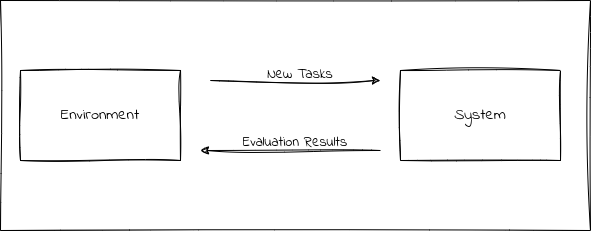
Above: assets/images/coevolution.png in mb-14/mb-14.github.io (draw.io), before the change. Source tidied: cells renumbered, new cells last; positions are measured from the earlier drawing's top-left corner, leaving out a move shared by most shapes.
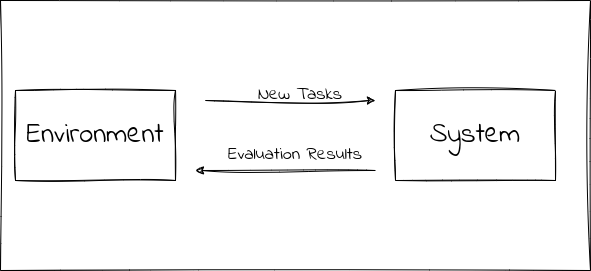
The same file after the commit.

Change to the diagram source:
```diff
@@ -2,10 +2,10 @@
   <root>
     <mxCell id="0" />
     <mxCell id="1" parent="0" />
-    <mxCell id="2" value="&lt;font face=&quot;Indie Flower&quot; style=&quot;font-size: 16px;&quot;&gt;Environment&lt;/font&gt;" style="rounded=0;whiteSpace=wrap;html=1;shadow=0;sketch=1;curveFitting=1;jiggle=2;strokeWidth=1;perimeterSpacing=1;" parent="1" vertex="1">
+    <mxCell id="2" value="&lt;font face=&quot;Indie Flower&quot; style=&quot;font-size: 28px;&quot;&gt;Environment&lt;/font&gt;" style="rounded=0;whiteSpace=wrap;html=1;shadow=0;sketch=1;curveFitting=1;jiggle=2;strokeWidth=1;perimeterSpacing=1;" parent="1" vertex="1">
       <mxGeometry x="20" y="70" width="160" height="90" as="geometry" />
     </mxCell>
-    <mxCell id="3" value="&lt;font face=&quot;Indie Flower&quot; size=&quot;1&quot;&gt;&lt;span style=&quot;font-size: 16px;&quot;&gt;System&lt;/span&gt;&lt;/font&gt;" style="rounded=0;whiteSpace=wrap;html=1;sketch=1;curveFitting=1;jiggle=2;strokeWidth=1;" parent="1" vertex="1">
+    <mxCell id="3" value="&lt;font style=&quot;font-size: 28px;&quot; face=&quot;Indie Flower&quot;&gt;System&lt;/font&gt;" style="rounded=0;whiteSpace=wrap;html=1;sketch=1;curveFitting=1;jiggle=2;strokeWidth=1;" parent="1" vertex="1">
       <mxGeometry x="400" y="70" width="160" height="90" as="geometry" />
     </mxCell>
     <mxCell id="4" style="endArrow=classic;html=1;rounded=0;sketch=1;curveFitting=1;jiggle=2;" parent="1" edge="1">
@@ -20,14 +20,14 @@
         <mxPoint x="200" y="150" as="targetPoint" />
       </mxGeometry>
     </mxCell>
-    <mxCell id="6" value="&lt;font style=&quot;font-size: 14px;&quot; face=&quot;Indie Flower&quot;&gt;New Tasks&lt;/font&gt;" style="text;html=1;strokeColor=none;fillColor=none;align=center;verticalAlign=middle;whiteSpace=wrap;rounded=0;fontFamily=Cabin Sketch;fontSource=https%3A%2F%2Ffonts.googleapis.com%2Fcss%3Ffamily%3DCabin%2BSketch;" parent="1" vertex="1">
-      <mxGeometry x="260" y="60" width="80" height="30" as="geometry" />
+    <mxCell id="6" value="&lt;font style=&quot;font-size: 18px;&quot; face=&quot;Indie Flower&quot;&gt;New Tasks&lt;/font&gt;" style="text;html=1;strokeColor=none;fillColor=none;align=center;verticalAlign=middle;whiteSpace=wrap;rounded=0;fontFamily=Cabin Sketch;fontSource=https%3A%2F%2Ffonts.googleapis.com%2Fcss%3Ffamily%3DCabin%2BSketch;" parent="1" vertex="1">
+      <mxGeometry x="260" y="60" width="90" height="30" as="geometry" />
     </mxCell>
-    <mxCell id="7" value="&lt;font style=&quot;font-size: 14px;&quot; face=&quot;Indie Flower&quot;&gt;Evaluation Results&lt;/font&gt;" style="text;html=1;strokeColor=none;fillColor=none;align=center;verticalAlign=middle;whiteSpace=wrap;rounded=0;fontFamily=Cabin Sketch;fontSource=https%3A%2F%2Ffonts.googleapis.com%2Fcss%3Ffamily%3DCabin%2BSketch;" parent="1" vertex="1">
-      <mxGeometry x="240" y="128" width="110" height="30" as="geometry" />
+    <mxCell id="7" value="&lt;font style=&quot;font-size: 18px;&quot; face=&quot;Indie Flower&quot;&gt;Evaluation Results&lt;/font&gt;" style="text;html=1;strokeColor=none;fillColor=none;align=center;verticalAlign=middle;whiteSpace=wrap;rounded=0;fontFamily=Cabin Sketch;fontSource=https%3A%2F%2Ffonts.googleapis.com%2Fcss%3Ffamily%3DCabin%2BSketch;" parent="1" vertex="1">
+      <mxGeometry x="230" y="120" width="140" height="30" as="geometry" />
     </mxCell>
     <mxCell id="8" style="rounded=0;whiteSpace=wrap;html=1;fillColor=none;sketch=1;curveFitting=1;jiggle=2;" parent="1" vertex="1">
-      <mxGeometry width="590" height="230" as="geometry" />
+      <mxGeometry x="5" y="-20" width="590" height="270" as="geometry" />
     </mxCell>
   </root>
 </mxGraphModel>
```
